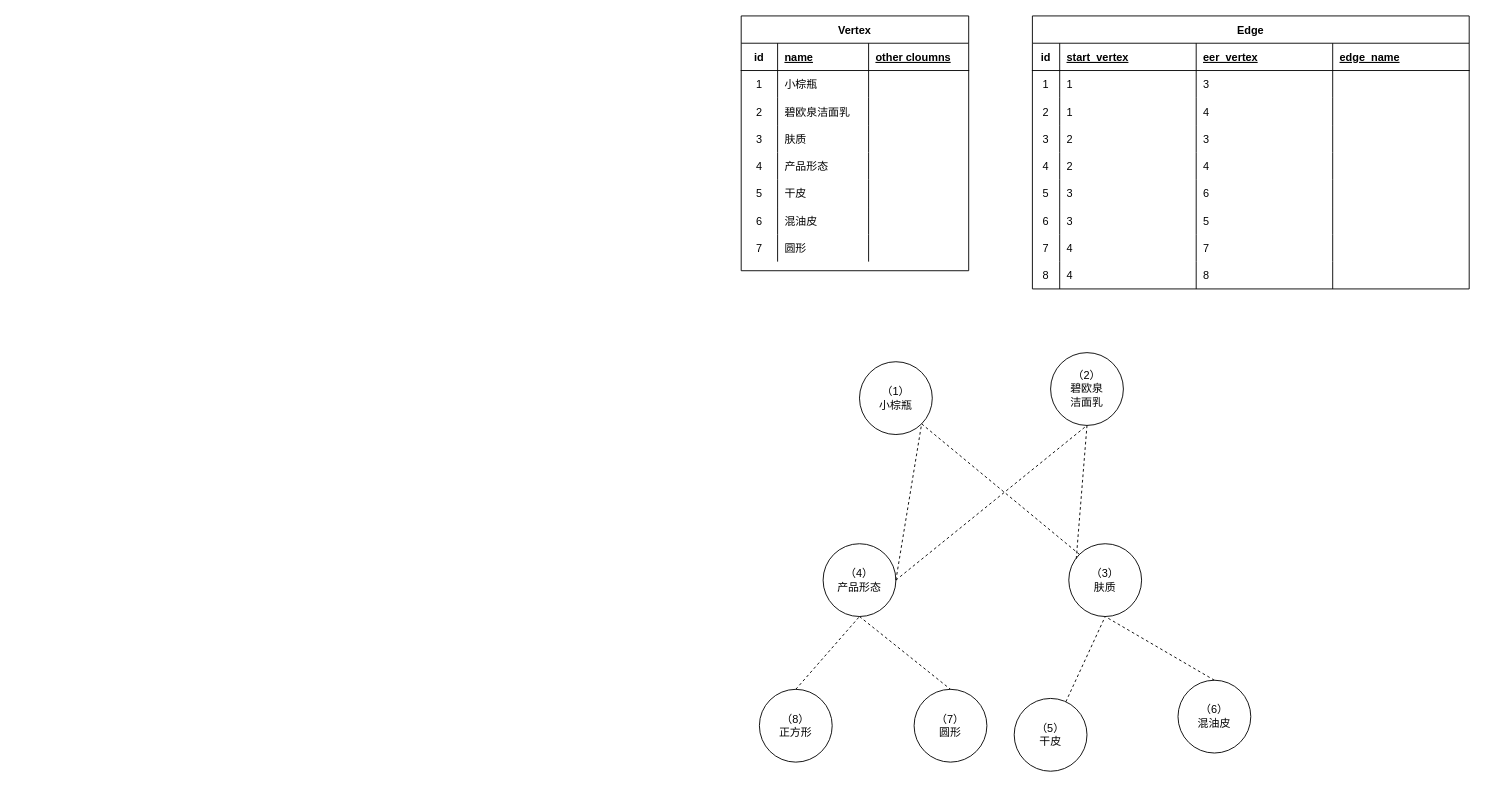
The draw.io diagram makeup_graph.drawio in DramaChen/process_diagram, before the edit. Source tidied: cells renumbered, new cells numbered last; positions are measured from the earlier drawing's top-left corner, leaving out a move shared by most shapes. Both pictures are drawn from the tidied source at 91%, with x=0, y=0 at pixel (741, 15).
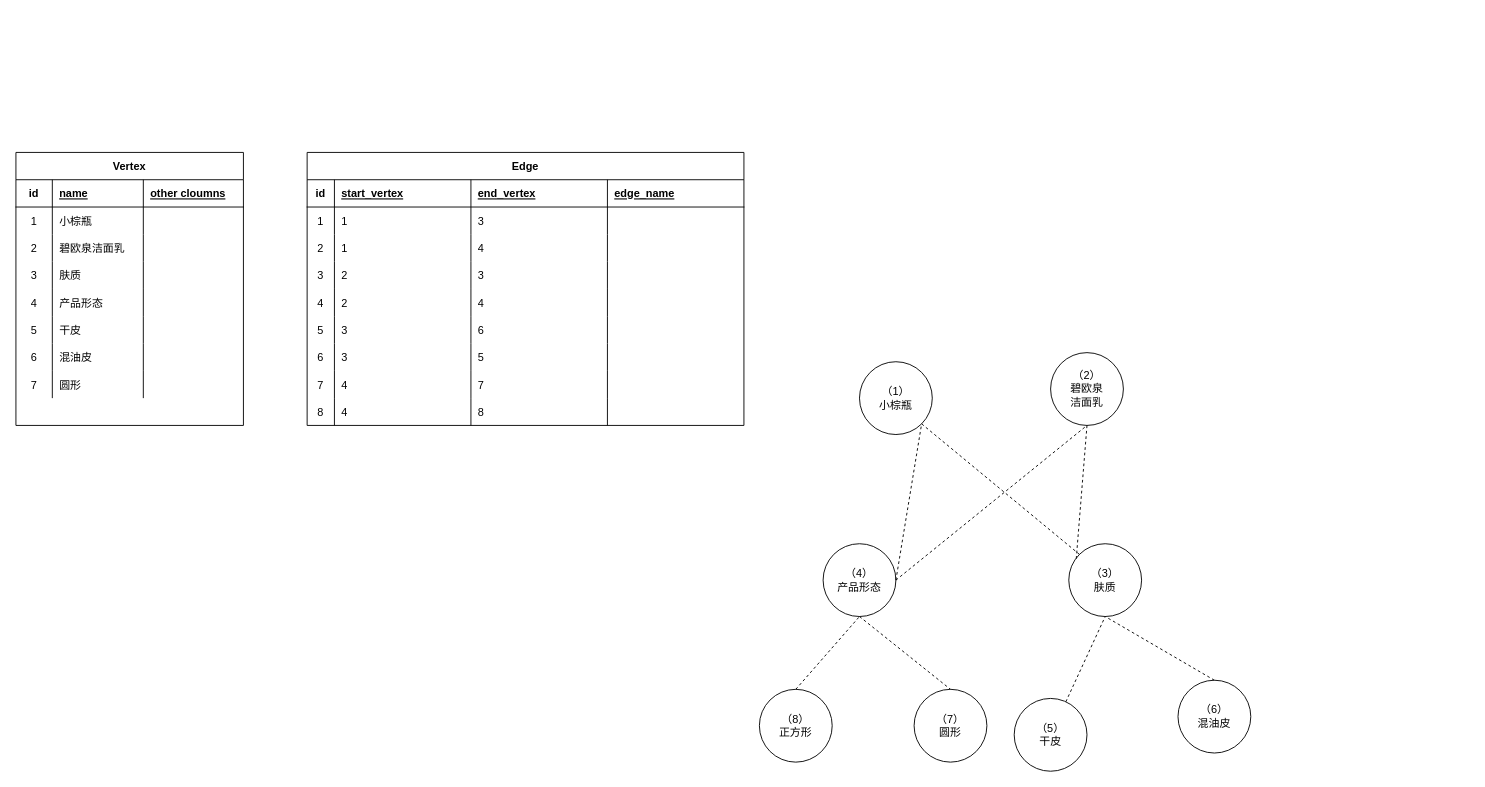
After the change.

Unchanged cells that the change refers to:
```xml
<mxCell id="36" style="shape=tableRow;horizontal=0;startSize=0;swimlaneHead=0;swimlaneBody=0;fillColor=none;top=0;left=0;right=0;bottom=1;" parent="35" vertex="1">
  <mxGeometry y="30" width="480" height="30" as="geometry" />
</mxCell>
```

Diff of the diagram source:
```diff
@@
     <mxCell id="2" value="Vertex" style="shape=table;startSize=30;childLayout=tableLayout;rowLines=0;fontStyle=1;align=center;" parent="1" vertex="1">
-      <mxGeometry width="250" height="280" as="geometry" />
+      <mxGeometry x="-797" y="150" width="250" height="300" as="geometry" />
     </mxCell>
@@
     <mxCell id="35" value="Edge" style="shape=table;startSize=30;childLayout=tableLayout;rowLines=0;fontStyle=1;align=center;" parent="1" vertex="1">
-      <mxGeometry x="320" width="480" height="300" as="geometry" />
+      <mxGeometry x="-477" y="150" width="480" height="300" as="geometry" />
     </mxCell>
@@
-    <mxCell id="39" value="eer_vertex" style="shape=partialRectangle;fillColor=none;top=0;left=0;bottom=0;right=0;align=left;spacingLeft=6;fontStyle=5;overflow=hidden;" parent="36" vertex="1">
+    <mxCell id="39" value="end_vertex" style="shape=partialRectangle;fillColor=none;top=0;left=0;bottom=0;right=0;align=left;spacingLeft=6;fontStyle=5;overflow=hidden;" parent="36" vertex="1">
       <mxGeometry x="180" width="150" height="30" as="geometry" />
     </mxCell>
```
